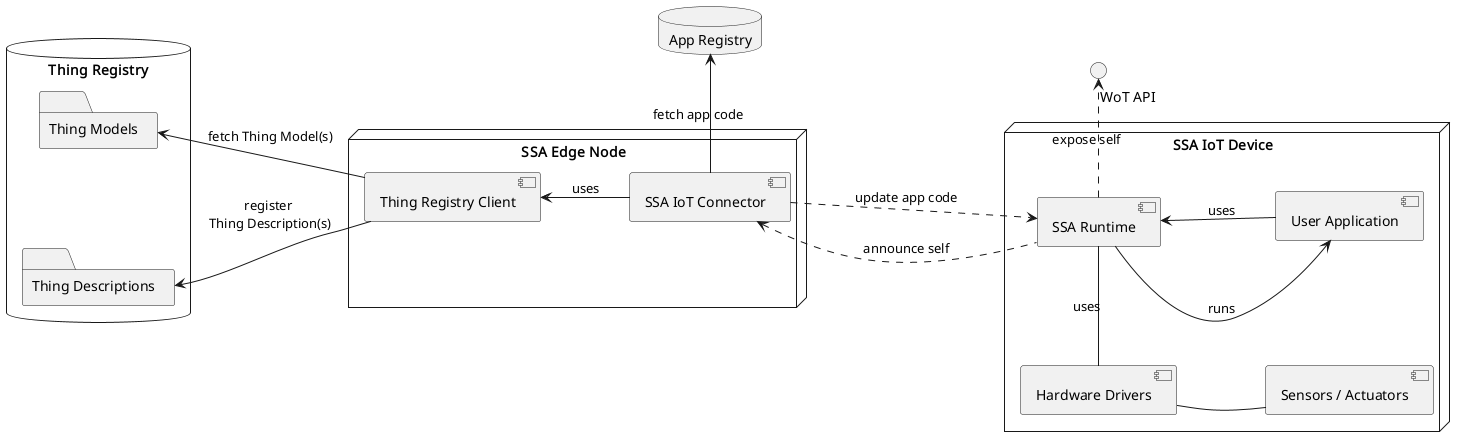
Before: uml/component_selfd.png, a diagram exported from PlantUML (les2feup/CityLink). The source it was exported from:
```plantuml
@startuml

left to right direction
skinparam nodesep 100

() "\t\tWoT API" as wotProt

database "Thing Registry" as db {
    folder "Thing Models" as tms {
        }

    folder "Thing Descriptions" as tds {
        }
}

database "App Registry" as appDB {
}

node "SSA Edge Node" as edgeNode {

    [SSA IoT Connector] as ssaIoT
    [Thing Registry Client] as tRClient

    ssaIoT -u-> tRClient : uses
    ssaIoT -r-> appDB : fetch app code
}

node "SSA IoT Device" as device {
    [SSA Runtime] as ssaRt
    [User Application] as userApp

    [Hardware Drivers] as hwd
    [Sensors / Actuators] as hw

    hwd -d- hw
    ssaRt -l- hwd : uses
    ssaRt -d-> userApp: runs
    userApp -u-> ssaRt: uses
}

tRClient -u-> tds : register \nThing Description(s)
tRClient -u-> tms : fetch Thing Model(s)

ssaIoT -d..> ssaRt : update app code
ssaRt -u..> ssaIoT : announce self
ssaRt -r..> wotProt: expose self

@enduml
```
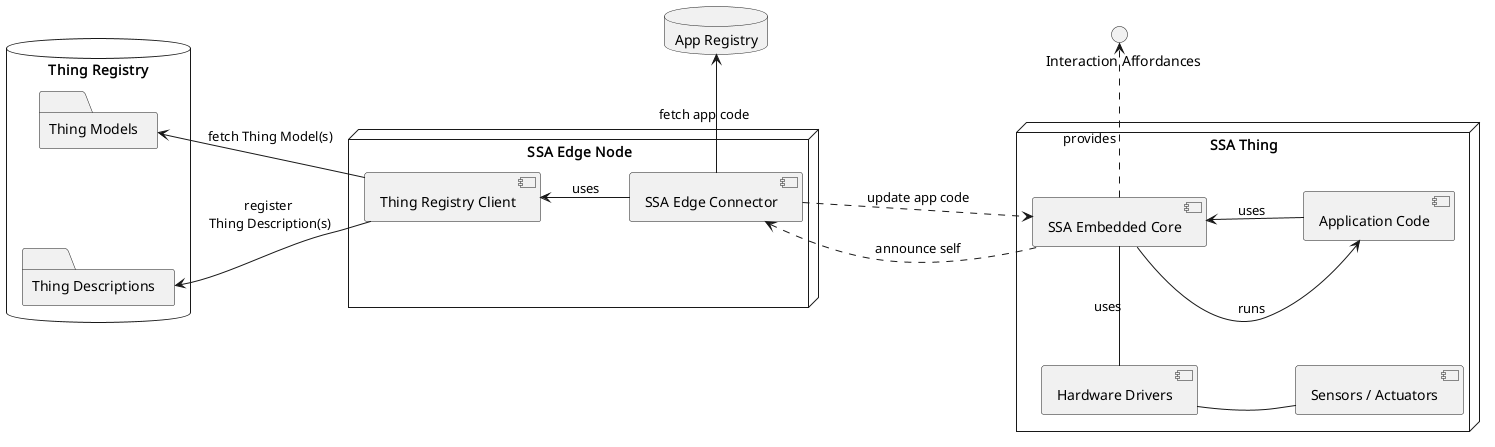
Later version of the same file.

Commit message:
updates to component diagram

The edit, as a diff of the source:
```diff
@@ -3,7 +3,7 @@
 left to right direction
 skinparam nodesep 100
 
-() "\t\tWoT API" as wotProt
+() "  Interaction Affordances" as wotProt
 
 database "Thing Registry" as db {
     folder "Thing Models" as tms {
@@ -18,16 +18,16 @@
 
 node "SSA Edge Node" as edgeNode {
 
-    [SSA IoT Connector] as ssaIoT
+    [SSA Edge Connector] as ssaIoT
     [Thing Registry Client] as tRClient
 
     ssaIoT -u-> tRClient : uses
     ssaIoT -r-> appDB : fetch app code
 }
 
-node "SSA IoT Device" as device {
-    [SSA Runtime] as ssaRt
-    [User Application] as userApp
+node "SSA Thing" as device {
+    [SSA Embedded Core] as ssaRt
+    [Application Code] as userApp
 
     [Hardware Drivers] as hwd
     [Sensors / Actuators] as hw
@@ -43,6 +43,6 @@
 
 ssaIoT -d..> ssaRt : update app code
 ssaRt -u..> ssaIoT : announce self
-ssaRt -r..> wotProt: expose self
+ssaRt -r..> wotProt: \n\nprovides
 
 @enduml
```
